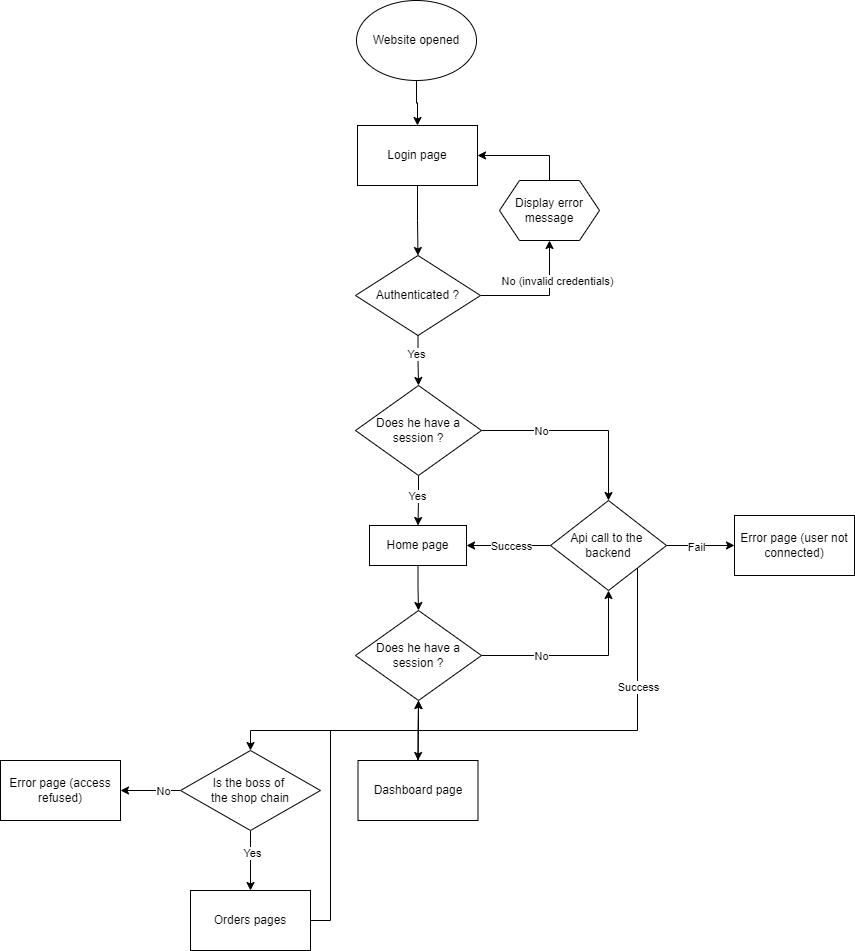
The draw.io diagram 01-Documents/CodeSchematics/Untitled Diagram.drawio.png in dam277/P-TPI-ETML, before a commit. Source tidied: cells renumbered, new cells last; positions are measured from the earlier drawing's top-left corner, leaving out a move shared by most shapes.
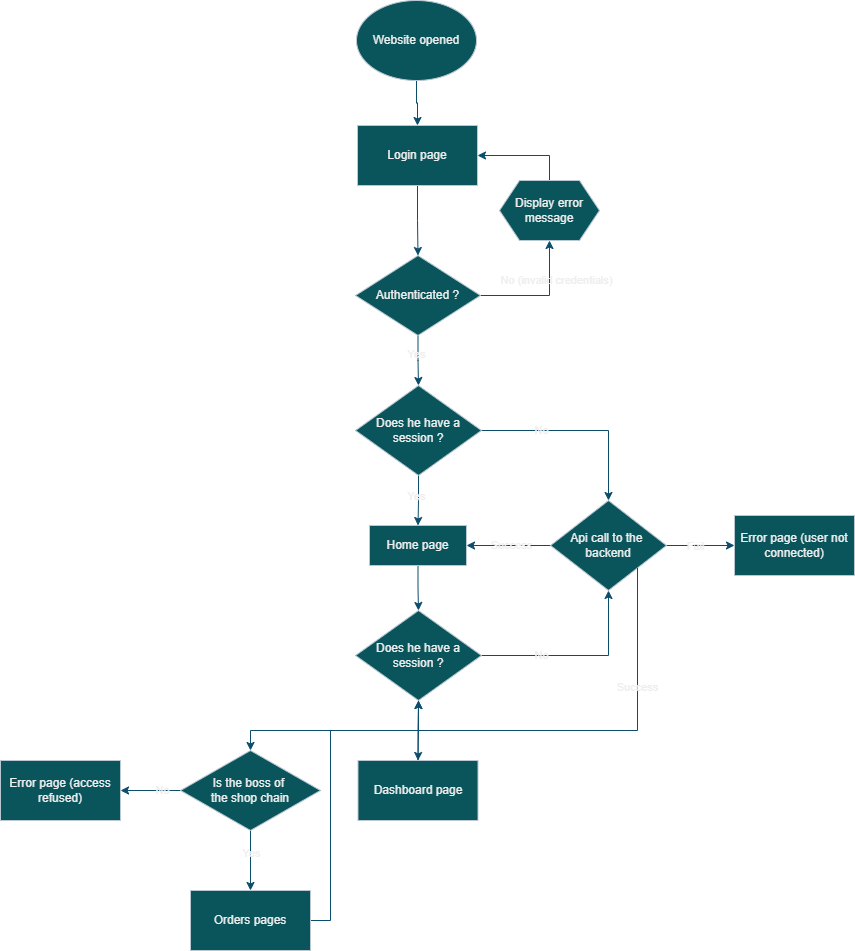
Above is the later version.

What changed in the source:
```diff
@@ -2,98 +2,98 @@
   <root>
     <mxCell id="0" />
     <mxCell id="1" parent="0" />
-    <mxCell id="2" style="edgeStyle=orthogonalEdgeStyle;rounded=0;jettySize=auto;html=1;" parent="1" edge="1" source="3" target="5">
+    <mxCell id="2" style="edgeStyle=orthogonalEdgeStyle;rounded=0;jettySize=auto;html=1;labelBackgroundColor=none;fontColor=default;strokeColor=#0B4D6A;" parent="1" edge="1" source="3" target="5">
       <mxGeometry relative="1" as="geometry" />
     </mxCell>
-    <mxCell id="3" value="Website opened" style="ellipse;whiteSpace=wrap;html=1;" parent="1" vertex="1">
+    <mxCell id="3" value="Website opened" style="ellipse;whiteSpace=wrap;html=1;labelBackgroundColor=none;fillColor=#09555B;strokeColor=#BAC8D3;fontColor=#EEEEEE;" parent="1" vertex="1">
       <mxGeometry x="356" width="120" height="80" as="geometry" />
     </mxCell>
-    <mxCell id="4" style="edgeStyle=orthogonalEdgeStyle;rounded=0;jettySize=auto;html=1;" parent="1" edge="1" source="5" target="10">
+    <mxCell id="4" style="edgeStyle=orthogonalEdgeStyle;rounded=0;jettySize=auto;html=1;labelBackgroundColor=none;fontColor=default;strokeColor=#0B4D6A;" parent="1" edge="1" source="5" target="10">
       <mxGeometry relative="1" as="geometry" />
     </mxCell>
-    <mxCell id="5" value="Login page" style="whiteSpace=wrap;html=1;" parent="1" vertex="1">
+    <mxCell id="5" value="Login page" style="whiteSpace=wrap;html=1;labelBackgroundColor=none;fillColor=#09555B;strokeColor=#BAC8D3;fontColor=#EEEEEE;" parent="1" vertex="1">
       <mxGeometry x="357" y="125" width="120" height="60" as="geometry" />
     </mxCell>
-    <mxCell id="6" style="edgeStyle=orthogonalEdgeStyle;rounded=0;jettySize=auto;html=1;" parent="1" edge="1" source="10" target="12">
+    <mxCell id="6" style="edgeStyle=orthogonalEdgeStyle;rounded=0;jettySize=auto;html=1;labelBackgroundColor=none;fontColor=default;strokeColor=#0B4D6A;" parent="1" edge="1" source="10" target="12">
       <mxGeometry relative="1" as="geometry" />
     </mxCell>
-    <mxCell id="7" value="No (invalid credentials)" style="edgeLabel;html=1;align=center;verticalAlign=middle;" parent="6" vertex="1">
+    <mxCell id="7" value="No (invalid credentials)" style="edgeLabel;html=1;align=center;verticalAlign=middle;labelBackgroundColor=none;fontColor=#EEEEEE;" parent="6" vertex="1">
       <mxGeometry x="0.06" y="-3" relative="1" as="geometry">
         <mxPoint x="10" y="-18" as="offset" />
       </mxGeometry>
     </mxCell>
-    <mxCell id="8" style="edgeStyle=orthogonalEdgeStyle;rounded=0;jettySize=auto;html=1;exitX=0.5;exitY=1;exitDx=0;exitDy=0;entryX=0.5;entryY=0;entryDx=0;entryDy=0;fontStyle=4;" parent="1" edge="1" source="10" target="19">
+    <mxCell id="8" style="edgeStyle=orthogonalEdgeStyle;rounded=0;jettySize=auto;html=1;exitX=0.5;exitY=1;exitDx=0;exitDy=0;entryX=0.5;entryY=0;entryDx=0;entryDy=0;fontStyle=4;labelBackgroundColor=none;fontColor=default;strokeColor=#0B4D6A;" parent="1" edge="1" source="10" target="19">
       <mxGeometry relative="1" as="geometry" />
     </mxCell>
-    <mxCell id="9" value="Yes" style="edgeLabel;html=1;align=center;verticalAlign=middle;" parent="8" vertex="1">
+    <mxCell id="9" value="Yes" style="edgeLabel;html=1;align=center;verticalAlign=middle;labelBackgroundColor=none;fontColor=#EEEEEE;" parent="8" vertex="1">
       <mxGeometry x="-0.28" y="-2" relative="1" as="geometry" />
     </mxCell>
-    <mxCell id="10" value="Authenticated ?" style="rhombus;whiteSpace=wrap;html=1;" parent="1" vertex="1">
+    <mxCell id="10" value="Authenticated ?" style="rhombus;whiteSpace=wrap;html=1;labelBackgroundColor=none;fillColor=#09555B;strokeColor=#BAC8D3;fontColor=#EEEEEE;" parent="1" vertex="1">
       <mxGeometry x="355" y="255" width="125" height="80" as="geometry" />
     </mxCell>
-    <mxCell id="11" style="edgeStyle=orthogonalEdgeStyle;rounded=0;jettySize=auto;html=1;exitX=0.5;exitY=0;exitDx=0;exitDy=0;entryX=1;entryY=0.5;entryDx=0;entryDy=0;" parent="1" edge="1" source="12" target="5">
+    <mxCell id="11" style="edgeStyle=orthogonalEdgeStyle;rounded=0;jettySize=auto;html=1;exitX=0.5;exitY=0;exitDx=0;exitDy=0;entryX=1;entryY=0.5;entryDx=0;entryDy=0;labelBackgroundColor=none;fontColor=default;strokeColor=#0B4D6A;" parent="1" edge="1" source="12" target="5">
       <mxGeometry relative="1" as="geometry" />
     </mxCell>
-    <mxCell id="12" value="Display error message" style="shape=hexagon;perimeter=hexagonPerimeter2;whiteSpace=wrap;html=1;fixedSize=1;" parent="1" vertex="1">
+    <mxCell id="12" value="Display error message" style="shape=hexagon;perimeter=hexagonPerimeter2;whiteSpace=wrap;html=1;fixedSize=1;labelBackgroundColor=none;fillColor=#09555B;strokeColor=#BAC8D3;fontColor=#EEEEEE;" parent="1" vertex="1">
       <mxGeometry x="499" y="180" width="100" height="60" as="geometry" />
     </mxCell>
-    <mxCell id="13" style="edgeStyle=orthogonalEdgeStyle;rounded=0;jettySize=auto;html=1;exitX=0.5;exitY=1;exitDx=0;exitDy=0;entryX=0.5;entryY=0;entryDx=0;entryDy=0;" parent="1" edge="1" source="14" target="30">
+    <mxCell id="13" style="edgeStyle=orthogonalEdgeStyle;rounded=0;jettySize=auto;html=1;exitX=0.5;exitY=1;exitDx=0;exitDy=0;entryX=0.5;entryY=0;entryDx=0;entryDy=0;labelBackgroundColor=none;fontColor=default;strokeColor=#0B4D6A;" parent="1" edge="1" source="14" target="30">
       <mxGeometry relative="1" as="geometry" />
     </mxCell>
-    <mxCell id="14" value="Home page" style="whiteSpace=wrap;html=1;" parent="1" vertex="1">
+    <mxCell id="14" value="Home page" style="whiteSpace=wrap;html=1;labelBackgroundColor=none;fillColor=#09555B;strokeColor=#BAC8D3;fontColor=#EEEEEE;" parent="1" vertex="1">
       <mxGeometry x="369" y="525" width="97" height="40" as="geometry" />
     </mxCell>
-    <mxCell id="15" style="edgeStyle=orthogonalEdgeStyle;rounded=0;jettySize=auto;html=1;" parent="1" edge="1" source="19" target="24">
+    <mxCell id="15" style="edgeStyle=orthogonalEdgeStyle;rounded=0;jettySize=auto;html=1;labelBackgroundColor=none;fontColor=default;strokeColor=#0B4D6A;" parent="1" edge="1" source="19" target="24">
       <mxGeometry relative="1" as="geometry" />
     </mxCell>
-    <mxCell id="16" value="No" style="edgeLabel;html=1;align=center;verticalAlign=middle;" parent="15" vertex="1">
+    <mxCell id="16" value="No" style="edgeLabel;html=1;align=center;verticalAlign=middle;labelBackgroundColor=none;fontColor=#EEEEEE;" parent="15" vertex="1">
       <mxGeometry x="-0.04" y="1" relative="1" as="geometry">
         <mxPoint x="-35" y="1" as="offset" />
       </mxGeometry>
     </mxCell>
-    <mxCell id="17" style="edgeStyle=orthogonalEdgeStyle;rounded=0;jettySize=auto;html=1;exitX=0.5;exitY=1;exitDx=0;exitDy=0;entryX=0.5;entryY=0;entryDx=0;entryDy=0;" parent="1" edge="1" source="19" target="14">
+    <mxCell id="17" style="edgeStyle=orthogonalEdgeStyle;rounded=0;jettySize=auto;html=1;exitX=0.5;exitY=1;exitDx=0;exitDy=0;entryX=0.5;entryY=0;entryDx=0;entryDy=0;labelBackgroundColor=none;fontColor=default;strokeColor=#0B4D6A;" parent="1" edge="1" source="19" target="14">
       <mxGeometry relative="1" as="geometry" />
     </mxCell>
-    <mxCell id="18" value="Yes" style="edgeLabel;html=1;align=center;verticalAlign=middle;" parent="17" vertex="1">
+    <mxCell id="18" value="Yes" style="edgeLabel;html=1;align=center;verticalAlign=middle;labelBackgroundColor=none;fontColor=#EEEEEE;" parent="17" vertex="1">
       <mxGeometry x="-0.19" y="-2" relative="1" as="geometry" />
     </mxCell>
-    <mxCell id="19" value="Does he have a session ?" style="rhombus;whiteSpace=wrap;html=1;" parent="1" vertex="1">
+    <mxCell id="19" value="Does he have a session ?" style="rhombus;whiteSpace=wrap;html=1;labelBackgroundColor=none;fillColor=#09555B;strokeColor=#BAC8D3;fontColor=#EEEEEE;" parent="1" vertex="1">
       <mxGeometry x="355" y="385" width="126" height="90" as="geometry" />
     </mxCell>
-    <mxCell id="20" style="edgeStyle=orthogonalEdgeStyle;rounded=0;jettySize=auto;html=1;" parent="1" edge="1" source="24" target="25">
+    <mxCell id="20" style="edgeStyle=orthogonalEdgeStyle;rounded=0;jettySize=auto;html=1;labelBackgroundColor=none;fontColor=default;strokeColor=#0B4D6A;" parent="1" edge="1" source="24" target="25">
       <mxGeometry relative="1" as="geometry" />
     </mxCell>
-    <mxCell id="21" value="Fail" style="edgeLabel;html=1;align=center;verticalAlign=middle;" parent="20" vertex="1">
+    <mxCell id="21" value="Fail" style="edgeLabel;html=1;align=center;verticalAlign=middle;labelBackgroundColor=none;fontColor=#EEEEEE;" parent="20" vertex="1">
       <mxGeometry x="-0.26" y="-1" relative="1" as="geometry">
         <mxPoint x="4" as="offset" />
       </mxGeometry>
     </mxCell>
-    <mxCell id="22" style="edgeStyle=orthogonalEdgeStyle;rounded=0;jettySize=auto;html=1;exitX=0;exitY=0.5;exitDx=0;exitDy=0;entryX=1;entryY=0.5;entryDx=0;entryDy=0;" parent="1" edge="1" source="24" target="14">
+    <mxCell id="22" style="edgeStyle=orthogonalEdgeStyle;rounded=0;jettySize=auto;html=1;exitX=0;exitY=0.5;exitDx=0;exitDy=0;entryX=1;entryY=0.5;entryDx=0;entryDy=0;labelBackgroundColor=none;fontColor=default;strokeColor=#0B4D6A;" parent="1" edge="1" source="24" target="14">
       <mxGeometry relative="1" as="geometry" />
     </mxCell>
-    <mxCell id="23" value="Success" style="edgeLabel;html=1;align=center;verticalAlign=middle;" parent="22" vertex="1">
+    <mxCell id="23" value="Success" style="edgeLabel;html=1;align=center;verticalAlign=middle;labelBackgroundColor=none;fontColor=#EEEEEE;" parent="22" vertex="1">
       <mxGeometry x="-0.13" y="2" relative="1" as="geometry">
         <mxPoint x="-3" y="-2" as="offset" />
       </mxGeometry>
     </mxCell>
-    <mxCell id="24" value="Api call to the&amp;nbsp;&lt;div&gt;backend&lt;/div&gt;" style="rhombus;whiteSpace=wrap;html=1;" parent="1" vertex="1">
+    <mxCell id="24" value="Api call to the&amp;nbsp;&lt;div&gt;backend&lt;/div&gt;" style="rhombus;whiteSpace=wrap;html=1;labelBackgroundColor=none;fillColor=#09555B;strokeColor=#BAC8D3;fontColor=#EEEEEE;" parent="1" vertex="1">
       <mxGeometry x="550" y="500" width="116" height="90" as="geometry" />
     </mxCell>
-    <mxCell id="25" value="Error page (user not connected)" style="whiteSpace=wrap;html=1;" parent="1" vertex="1">
+    <mxCell id="25" value="Error page (user not connected)" style="whiteSpace=wrap;html=1;labelBackgroundColor=none;fillColor=#09555B;strokeColor=#BAC8D3;fontColor=#EEEEEE;" parent="1" vertex="1">
       <mxGeometry x="734" y="515" width="120" height="60" as="geometry" />
     </mxCell>
-    <mxCell id="26" style="edgeStyle=orthogonalEdgeStyle;rounded=0;jettySize=auto;html=1;exitX=1;exitY=0.5;exitDx=0;exitDy=0;entryX=0.5;entryY=1;entryDx=0;entryDy=0;" parent="1" edge="1" source="30" target="24">
+    <mxCell id="26" style="edgeStyle=orthogonalEdgeStyle;rounded=0;jettySize=auto;html=1;exitX=1;exitY=0.5;exitDx=0;exitDy=0;entryX=0.5;entryY=1;entryDx=0;entryDy=0;labelBackgroundColor=none;fontColor=default;strokeColor=#0B4D6A;" parent="1" edge="1" source="30" target="24">
       <mxGeometry relative="1" as="geometry" />
     </mxCell>
-    <mxCell id="27" value="No" style="edgeLabel;html=1;align=center;verticalAlign=middle;" parent="26" vertex="1">
+    <mxCell id="27" value="No" style="edgeLabel;html=1;align=center;verticalAlign=middle;labelBackgroundColor=none;fontColor=#EEEEEE;" parent="26" vertex="1">
       <mxGeometry x="-0.6" y="1" relative="1" as="geometry">
         <mxPoint x="21" y="1" as="offset" />
       </mxGeometry>
     </mxCell>
-    <mxCell id="28" style="edgeStyle=orthogonalEdgeStyle;rounded=0;jettySize=auto;html=1;" parent="1" edge="1" source="30" target="32">
+    <mxCell id="28" style="edgeStyle=orthogonalEdgeStyle;rounded=0;jettySize=auto;html=1;labelBackgroundColor=none;fontColor=default;strokeColor=#0B4D6A;" parent="1" edge="1" source="30" target="32">
       <mxGeometry relative="1" as="geometry" />
     </mxCell>
-    <mxCell id="29" style="edgeStyle=orthogonalEdgeStyle;rounded=0;jettySize=auto;html=1;exitX=0.5;exitY=1;exitDx=0;exitDy=0;" parent="1" edge="1" source="30" target="37">
+    <mxCell id="29" style="edgeStyle=orthogonalEdgeStyle;rounded=0;jettySize=auto;html=1;exitX=0.5;exitY=1;exitDx=0;exitDy=0;labelBackgroundColor=none;fontColor=default;strokeColor=#0B4D6A;" parent="1" edge="1" source="30" target="37">
       <mxGeometry relative="1" as="geometry">
         <Array as="points">
           <mxPoint x="418" y="730" />
@@ -101,33 +101,33 @@
         </Array>
       </mxGeometry>
     </mxCell>
-    <mxCell id="30" value="Does he have a session ?" style="rhombus;whiteSpace=wrap;html=1;" parent="1" vertex="1">
+    <mxCell id="30" value="Does he have a session ?" style="rhombus;whiteSpace=wrap;html=1;labelBackgroundColor=none;fillColor=#09555B;strokeColor=#BAC8D3;fontColor=#EEEEEE;" parent="1" vertex="1">
       <mxGeometry x="355" y="610" width="126" height="90" as="geometry" />
     </mxCell>
-    <mxCell id="31" style="edgeStyle=orthogonalEdgeStyle;rounded=0;jettySize=auto;html=1;exitX=0.5;exitY=0;exitDx=0;exitDy=0;entryX=0.5;entryY=1;entryDx=0;entryDy=0;" parent="1" edge="1" source="32" target="30">
+    <mxCell id="31" style="edgeStyle=orthogonalEdgeStyle;rounded=0;jettySize=auto;html=1;exitX=0.5;exitY=0;exitDx=0;exitDy=0;entryX=0.5;entryY=1;entryDx=0;entryDy=0;labelBackgroundColor=none;fontColor=default;strokeColor=#0B4D6A;" parent="1" edge="1" source="32" target="30">
       <mxGeometry relative="1" as="geometry" />
     </mxCell>
-    <mxCell id="32" value="Dashboard page" style="whiteSpace=wrap;html=1;" parent="1" vertex="1">
+    <mxCell id="32" value="Dashboard page" style="whiteSpace=wrap;html=1;labelBackgroundColor=none;fillColor=#09555B;strokeColor=#BAC8D3;fontColor=#EEEEEE;" parent="1" vertex="1">
       <mxGeometry x="357.5" y="760" width="120" height="60" as="geometry" />
     </mxCell>
-    <mxCell id="33" style="edgeStyle=orthogonalEdgeStyle;rounded=0;jettySize=auto;html=1;" parent="1" edge="1" source="37" target="39">
+    <mxCell id="33" style="edgeStyle=orthogonalEdgeStyle;rounded=0;jettySize=auto;html=1;labelBackgroundColor=none;fontColor=default;strokeColor=#0B4D6A;" parent="1" edge="1" source="37" target="39">
       <mxGeometry relative="1" as="geometry" />
     </mxCell>
-    <mxCell id="34" value="Yes" style="edgeLabel;html=1;align=center;verticalAlign=middle;" parent="33" vertex="1">
+    <mxCell id="34" value="Yes" style="edgeLabel;html=1;align=center;verticalAlign=middle;labelBackgroundColor=none;fontColor=#EEEEEE;" parent="33" vertex="1">
       <mxGeometry x="-0.42" y="1" relative="1" as="geometry">
         <mxPoint y="5" as="offset" />
       </mxGeometry>
     </mxCell>
-    <mxCell id="35" style="edgeStyle=orthogonalEdgeStyle;rounded=0;jettySize=auto;html=1;" parent="1" edge="1" source="37" target="40">
+    <mxCell id="35" style="edgeStyle=orthogonalEdgeStyle;rounded=0;jettySize=auto;html=1;labelBackgroundColor=none;fontColor=default;strokeColor=#0B4D6A;" parent="1" edge="1" source="37" target="40">
       <mxGeometry relative="1" as="geometry" />
     </mxCell>
-    <mxCell id="36" value="No" style="edgeLabel;html=1;align=center;verticalAlign=middle;" parent="35" vertex="1">
+    <mxCell id="36" value="No" style="edgeLabel;html=1;align=center;verticalAlign=middle;labelBackgroundColor=none;fontColor=#EEEEEE;" parent="35" vertex="1">
       <mxGeometry x="-0.4" relative="1" as="geometry" />
     </mxCell>
-    <mxCell id="37" value="Is the boss of&amp;nbsp;&lt;div&gt;the shop chain&lt;/div&gt;" style="rhombus;whiteSpace=wrap;html=1;" parent="1" vertex="1">
+    <mxCell id="37" value="Is the boss of&amp;nbsp;&lt;div&gt;the shop chain&lt;/div&gt;" style="rhombus;whiteSpace=wrap;html=1;labelBackgroundColor=none;fillColor=#09555B;strokeColor=#BAC8D3;fontColor=#EEEEEE;" parent="1" vertex="1">
       <mxGeometry x="180" y="750" width="140" height="80" as="geometry" />
     </mxCell>
-    <mxCell id="38" style="edgeStyle=orthogonalEdgeStyle;rounded=0;jettySize=auto;html=1;exitX=1;exitY=0.5;exitDx=0;exitDy=0;" parent="1" edge="1" source="39" target="30">
+    <mxCell id="38" style="edgeStyle=orthogonalEdgeStyle;rounded=0;jettySize=auto;html=1;exitX=1;exitY=0.5;exitDx=0;exitDy=0;labelBackgroundColor=none;fontColor=default;strokeColor=#0B4D6A;" parent="1" edge="1" source="39" target="30">
       <mxGeometry relative="1" as="geometry">
         <Array as="points">
           <mxPoint x="330" y="920" />
@@ -136,13 +136,13 @@
         </Array>
       </mxGeometry>
     </mxCell>
-    <mxCell id="39" value="Orders pages" style="whiteSpace=wrap;html=1;" parent="1" vertex="1">
+    <mxCell id="39" value="Orders pages" style="whiteSpace=wrap;html=1;labelBackgroundColor=none;fillColor=#09555B;strokeColor=#BAC8D3;fontColor=#EEEEEE;" parent="1" vertex="1">
       <mxGeometry x="190" y="890" width="120" height="60" as="geometry" />
     </mxCell>
-    <mxCell id="40" value="Error page (access refused)" style="whiteSpace=wrap;html=1;" parent="1" vertex="1">
+    <mxCell id="40" value="Error page (access refused)" style="whiteSpace=wrap;html=1;labelBackgroundColor=none;fillColor=#09555B;strokeColor=#BAC8D3;fontColor=#EEEEEE;" parent="1" vertex="1">
       <mxGeometry y="760" width="120" height="60" as="geometry" />
     </mxCell>
-    <mxCell id="41" style="endArrow=none;html=1;rounded=0;entryX=1;entryY=1;entryDx=0;entryDy=0;" parent="1" edge="1" target="24">
+    <mxCell id="41" style="endArrow=none;html=1;rounded=0;entryX=1;entryY=1;entryDx=0;entryDy=0;labelBackgroundColor=none;fontColor=default;strokeColor=#0B4D6A;" parent="1" edge="1" target="24">
       <mxGeometry relative="1" as="geometry">
         <mxPoint x="410" y="730" as="sourcePoint" />
         <Array as="points">
@@ -150,7 +150,7 @@
         </Array>
       </mxGeometry>
     </mxCell>
-    <mxCell id="42" value="Success" style="edgeLabel;html=1;align=center;verticalAlign=middle;" parent="41" vertex="1">
+    <mxCell id="42" value="Success" style="edgeLabel;html=1;align=center;verticalAlign=middle;labelBackgroundColor=none;fontColor=#EEEEEE;" parent="41" vertex="1">
       <mxGeometry x="0.39" relative="1" as="geometry" />
     </mxCell>
   </root>
```
